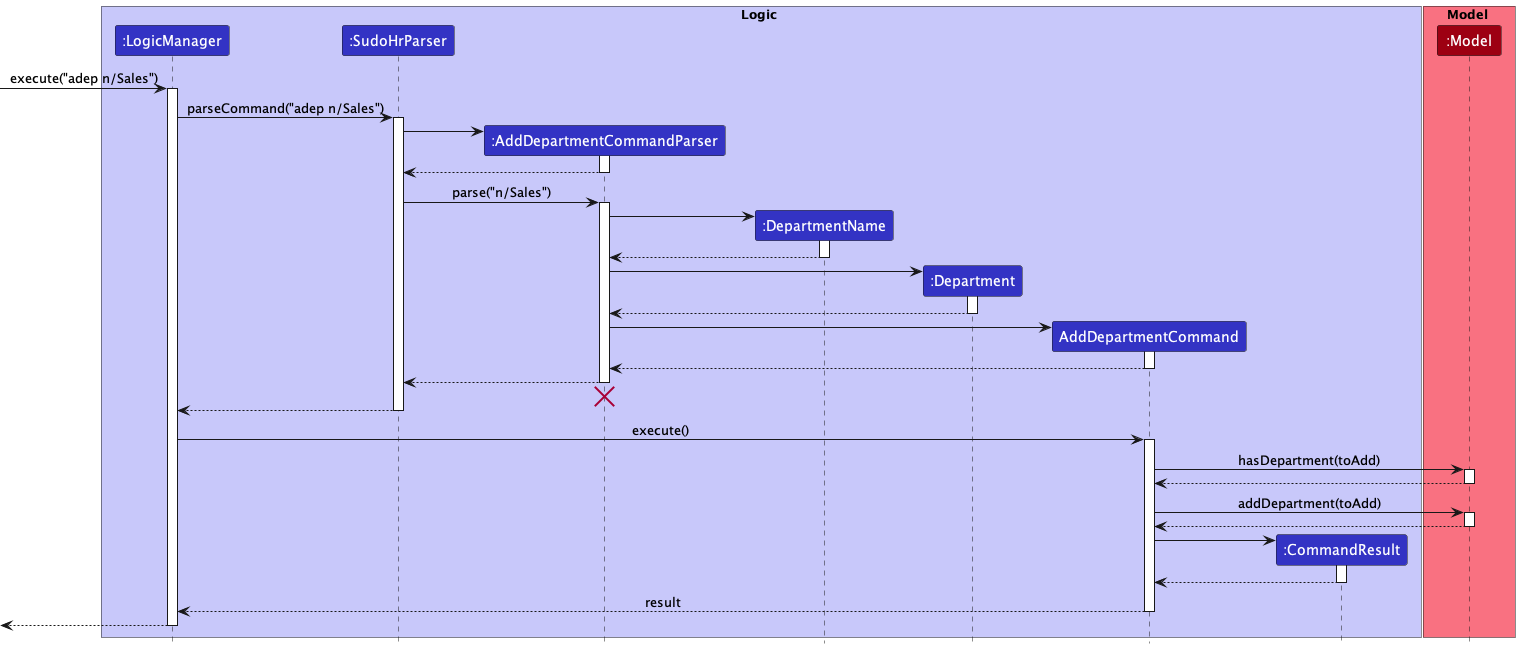
This is docs/images/commands/department/AddDepartmentSequenceDiagram.png from nus-cs2103-AY2223S2/tp, a PlantUML export, as it was before one commit. Source of this version:
```plantuml
@startuml
!include ../../style.puml

box Logic LOGIC_COLOR_T1
participant ":LogicManager" as LogicManager LOGIC_COLOR
participant ":SudoHrParser" as SudoHrParser LOGIC_COLOR
participant ":AddDepartmentCommandParser" as AddDepartmentCommandParser LOGIC_COLOR
participant ":DepartmentName" as DepartmentName LOGIC_COLOR
participant ":Department" as Department LOGIC_COLOR
participant "AddDepartmentCommand" as AddDepartmentCommand LOGIC_COLOR
participant ":CommandResult" as CommandResult LOGIC_COLOR
end box

box Model MODEL_COLOR_T1
participant ":Model" as Model MODEL_COLOR
end box

[-> LogicManager : execute("adep n/Sales")
activate LogicManager

LogicManager -> SudoHrParser : parseCommand("adep n/Sales")
activate SudoHrParser

create AddDepartmentCommandParser
SudoHrParser -> AddDepartmentCommandParser
activate AddDepartmentCommandParser

AddDepartmentCommandParser --> SudoHrParser
deactivate AddDepartmentCommandParser

SudoHrParser -> AddDepartmentCommandParser : parse("n/Sales")
activate AddDepartmentCommandParser

create DepartmentName
AddDepartmentCommandParser -> DepartmentName
activate DepartmentName

DepartmentName --> AddDepartmentCommandParser
deactivate

create Department
AddDepartmentCommandParser -> Department
activate Department
Department --> AddDepartmentCommandParser
deactivate

create AddDepartmentCommand
AddDepartmentCommandParser -> AddDepartmentCommand
activate AddDepartmentCommand

AddDepartmentCommand --> AddDepartmentCommandParser
deactivate AddDepartmentCommand

AddDepartmentCommandParser --> SudoHrParser
deactivate AddDepartmentCommandParser
AddDepartmentCommandParser -[hidden]-> SudoHrParser
destroy AddDepartmentCommandParser

SudoHrParser --> LogicManager
deactivate SudoHrParser

LogicManager -> AddDepartmentCommand : execute()
activate AddDepartmentCommand

AddDepartmentCommand -> Model : hasDepartment(toAdd)
activate Model

Model --> AddDepartmentCommand
deactivate Model

AddDepartmentCommand -> Model : addDepartment(toAdd)
activate Model

Model --> AddDepartmentCommand
deactivate Model

create CommandResult
AddDepartmentCommand -> CommandResult
activate CommandResult

CommandResult --> AddDepartmentCommand
deactivate CommandResult

AddDepartmentCommand --> LogicManager : result
deactivate AddDepartmentCommand

[<--LogicManager
deactivate LogicManager
@enduml
```
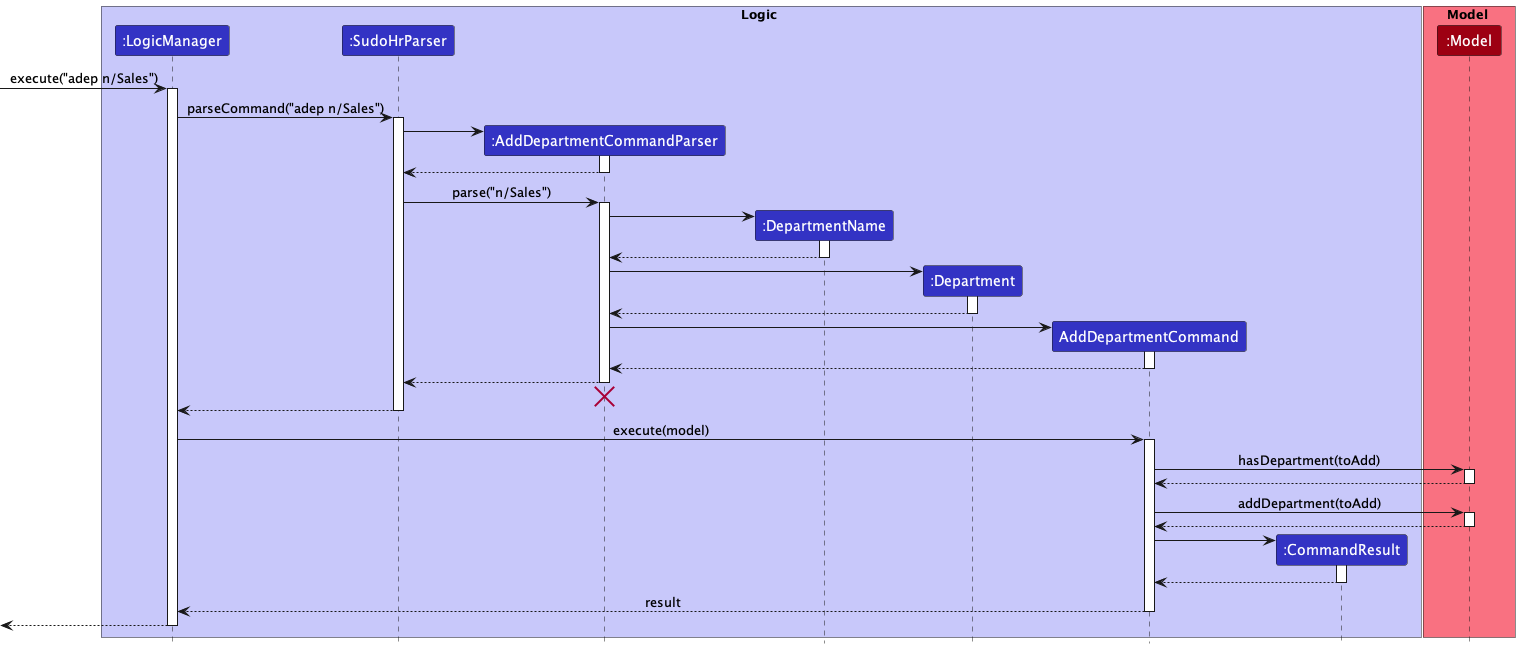
Later version of the same file.

Change to the diagram source:
```diff
@@ -59,7 +59,7 @@
 SudoHrParser --> LogicManager
 deactivate SudoHrParser
 
-LogicManager -> AddDepartmentCommand : execute()
+LogicManager -> AddDepartmentCommand : execute(model)
 activate AddDepartmentCommand
 
 AddDepartmentCommand -> Model : hasDepartment(toAdd)
```
